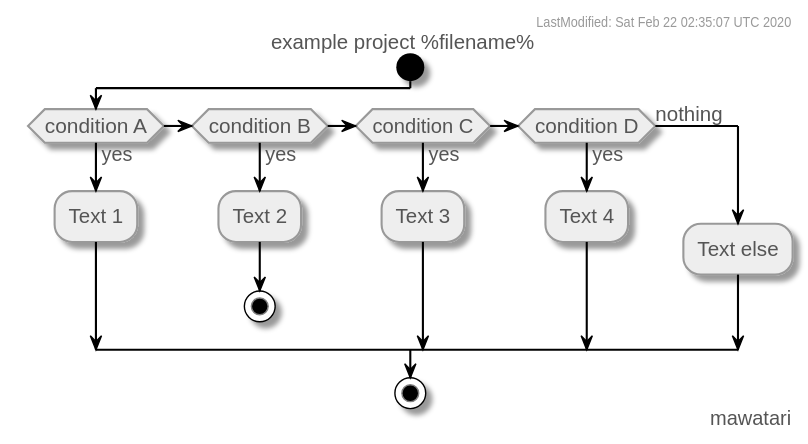
Before: activity-diagram.svg, a diagram exported from PlantUML (mawatari/example-project-uml).
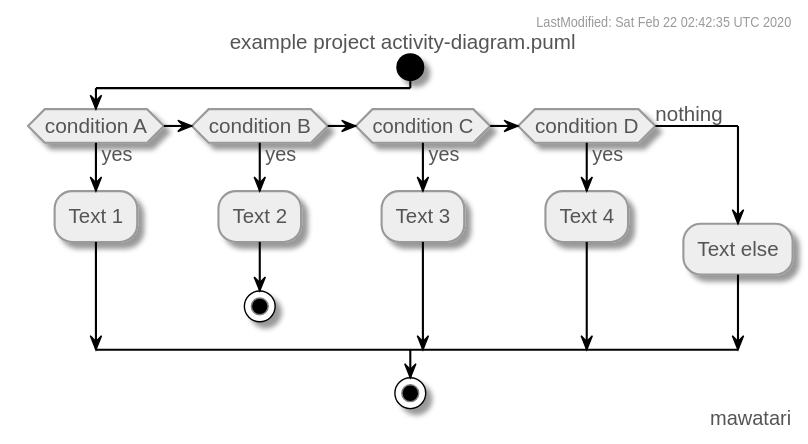
Above is the later version.

Commit message:
Automatically generated PlantUML images.

What changed in the source:
```diff
@@ -1,8 +1,8 @@
 @startuml
 
-right header LastModified: Sat Feb 22 02:35:07 UTC 2020
+right header LastModified: Sat Feb 22 02:42:35 UTC 2020
 right footer mawatari
-title example project %filename%
+title example project activity-diagram.puml
 skinparam {
   BoxPadding 5
   ParticipantPadding 10
```
